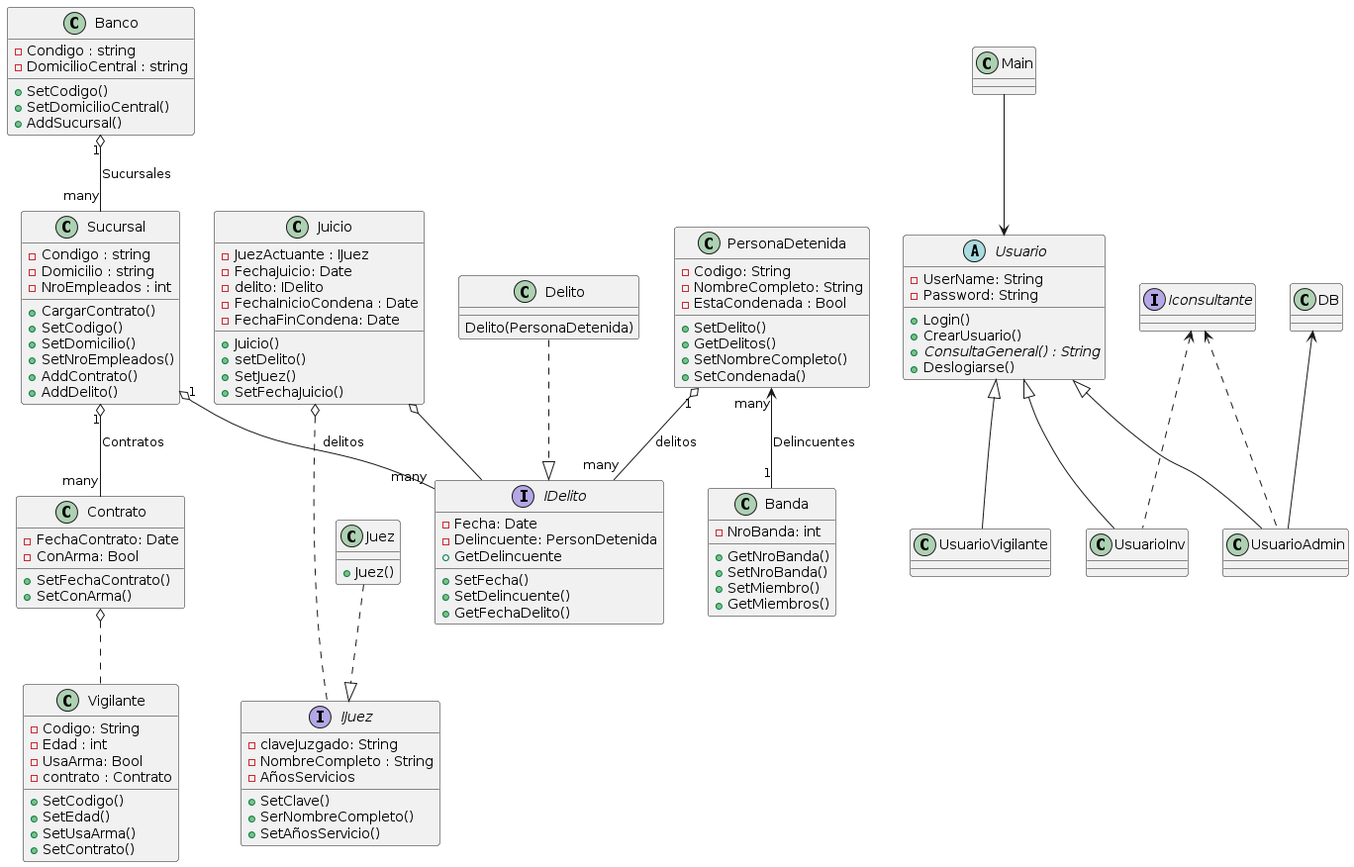
IMettaINSPT/1ParcialP2 keeps this PlantUML diagram as Documentacion/DiagramaClasesVGeneral.png. Above is the earlier version. Source of this version:
```plantuml
@startuml
class Banco{
 -Condigo : string
 -DomicilioCentral : string
 +SetCodigo()
 +SetDomicilioCentral()
 +AddSucursal()
}

class Sucursal{
 -Condigo : string
 -Domicilio : string
 -NroEmpleados : int
 +CargarContrato()
 +SetCodigo()
 +SetDomicilio()
 +SetNroEmpleados()
 +AddContrato()
 +AddDelito()
}

class Vigilante{
 -Codigo: String
 -Edad : int
 -UsaArma: Bool
 -contrato : Contrato
+SetCodigo()
+SetEdad()
+SetUsaArma()
+SetContrato()
}

class Contrato{
 -FechaContrato: Date
 -ConArma: Bool
 +SetFechaContrato()
 +SetConArma()
}

interface IDelito{
 -Fecha: Date
 -Delincuente: PersonDetenida
 +SetFecha()
 +SetDelincuente()
 +GetDelincuente
 +GetFechaDelito()
}

class Delito{
  Delito(PersonaDetenida)
}

class PersonaDetenida{
 -Codigo: String
 -NombreCompleto: String
 -EstaCondenada : Bool
 +SetDelito()
 +GetDelitos()
 +SetNombreCompleto()
 +SetCondenada()
}

class Banda{
 -NroBanda: int
 +GetNroBanda()
 +SetNroBanda()
 +SetMiembro()
 +GetMiembros()
}

interface  IJuez{
-claveJuzgado: String
-NombreCompleto : String
-AñosServicios
+SetClave()
+SerNombreCompleto()
+SetAñosServicio()
}

class Juez{
 + Juez()
}
class Juicio{
-JuezActuante : IJuez
-FechaJuicio: Date
-delito: IDelito
-FechaInicioCondena : Date
-FechaFinCondena: Date
+Juicio()
+setDelito()
+SetJuez()
+SetFechaJuicio()
}

abstract class Usuario{
-UserName: String
-Password: String
+Login()
+CrearUsuario()
+{abstract}ConsultaGeneral() : String
+Deslogiarse()
}

interface Iconsultante{}

class Main{
}

class DB{}
DB  <-- UsuarioAdmin
Delito ..|> IDelito
Sucursal "1" o-- "many" IDelito : delitos
Sucursal "1" o-- "many" Contrato : Contratos
PersonaDetenida "many" <-- "1" Banda : Delincuentes
PersonaDetenida "1" o-- "many" IDelito : delitos
Contrato o.. Vigilante
Juez ..|>IJuez
Juicio o... IJuez
Juicio o-- IDelito
Banco "1" o-- "many" Sucursal: Sucursales
Usuario <|-- UsuarioAdmin
Usuario <|-- UsuarioInv
Usuario <|-- UsuarioVigilante
Iconsultante <.. UsuarioAdmin
Iconsultante <.. UsuarioInv
Main --> Usuario
@enduml
```
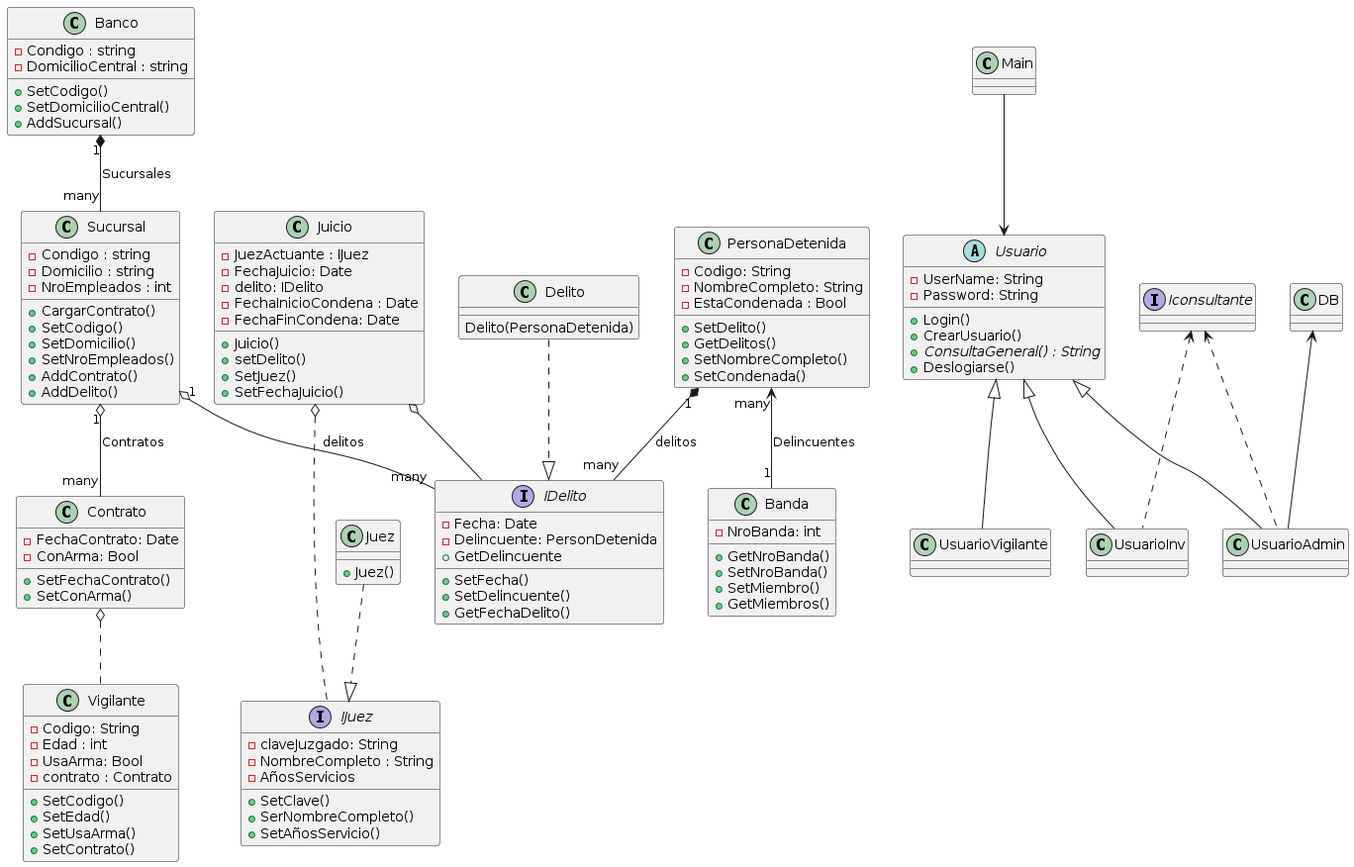
After the change.

What changed in the source:
```diff
@@ -112,12 +112,12 @@
 Sucursal "1" o-- "many" IDelito : delitos
 Sucursal "1" o-- "many" Contrato : Contratos
 PersonaDetenida "many" <-- "1" Banda : Delincuentes
-PersonaDetenida "1" o-- "many" IDelito : delitos
+PersonaDetenida "1" *-- "many" IDelito : delitos
 Contrato o.. Vigilante
 Juez ..|>IJuez
 Juicio o... IJuez
 Juicio o-- IDelito
-Banco "1" o-- "many" Sucursal: Sucursales
+Banco "1" *-- "many" Sucursal: Sucursales
 Usuario <|-- UsuarioAdmin
 Usuario <|-- UsuarioInv
 Usuario <|-- UsuarioVigilante
```
